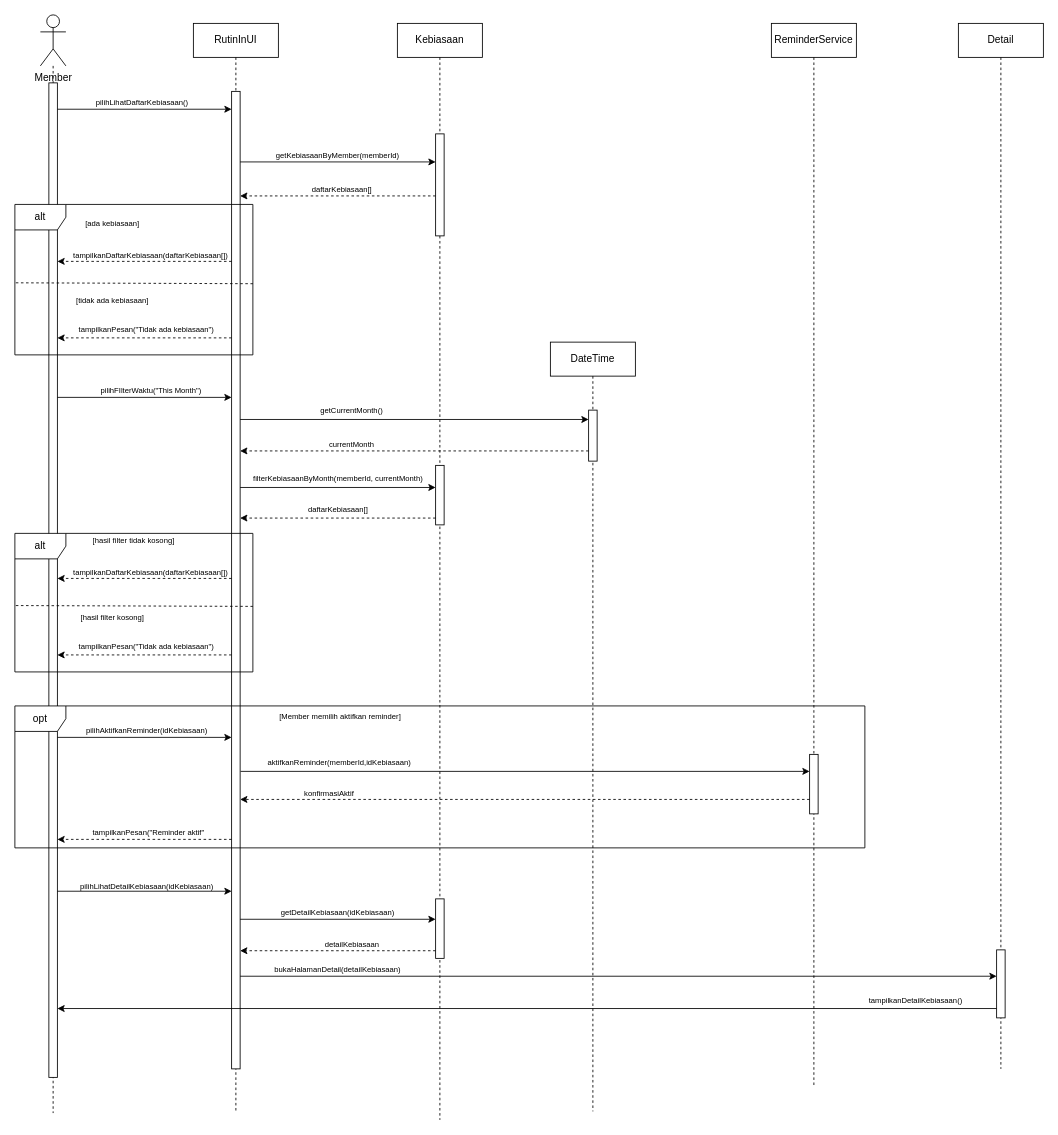
Before: page "Sequence Diagram" (1 of 2) of Diagram Tanpa Judul.drawio in anthef/anthef, a draw.io diagram. Source tidied: cells renumbered, new cells numbered last; positions are measured from the earlier drawing's top-left corner, leaving out a move shared by most shapes. Both pictures are drawn from the tidied source at 85%, with x=0, y=0 at pixel (14, 14).
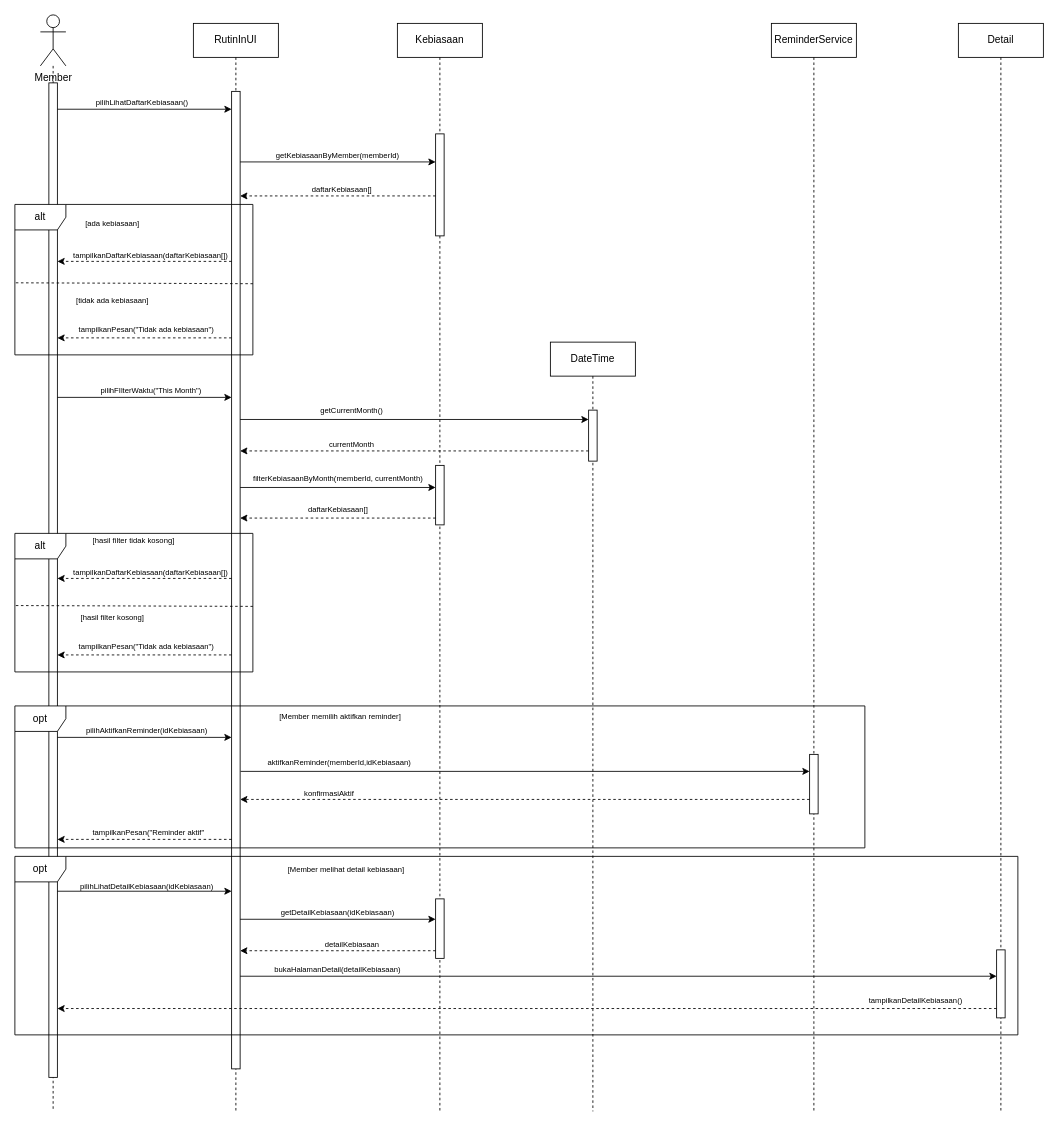
The same page after the edit.

The change refers to these unchanged cells:
```xml
<mxCell id="24" value="Member" style="shape=umlActor;verticalLabelPosition=bottom;verticalAlign=top;html=1;outlineConnect=0;" parent="1" vertex="1">
  <mxGeometry x="30" width="30" height="60" as="geometry" />
</mxCell>
```

Diff of the diagram source:
```diff
@@
     <mxCell id="2" style="edgeStyle=orthogonalEdgeStyle;rounded=0;jettySize=auto;html=1;dashed=1;endArrow=none;endFill=0;" parent="1" edge="1" source="24">
       <mxGeometry relative="1" as="geometry">
-        <mxPoint x="45" y="1292" as="targetPoint" />
+        <mxPoint x="45" y="1290" as="targetPoint" />
       </mxGeometry>
     </mxCell>
@@
     <mxCell id="6" value="Kebiasaan" style="shape=umlLifeline;perimeter=lifelinePerimeter;whiteSpace=wrap;html=1;newEdgeStyle={&quot;edgeStyle&quot;:&quot;elbowEdgeStyle&quot;,&quot;elbow&quot;:&quot;vertical&quot;,&quot;curved&quot;:0,&quot;rounded&quot;:0};" parent="1" vertex="1">
-      <mxGeometry x="450" y="10" width="100" height="1290" as="geometry" />
+      <mxGeometry x="450" y="10" width="100" height="1280" as="geometry" />
     </mxCell>
@@
     <mxCell id="12" value="ReminderService" style="shape=umlLifeline;perimeter=lifelinePerimeter;whiteSpace=wrap;html=1;newEdgeStyle={&quot;edgeStyle&quot;:&quot;elbowEdgeStyle&quot;,&quot;elbow&quot;:&quot;vertical&quot;,&quot;curved&quot;:0,&quot;rounded&quot;:0};" parent="1" vertex="1">
-      <mxGeometry x="890" y="10" width="100" height="1250" as="geometry" />
+      <mxGeometry x="890" y="10" width="100" height="1280" as="geometry" />
     </mxCell>
@@
     <mxCell id="14" value="Detail" style="shape=umlLifeline;perimeter=lifelinePerimeter;whiteSpace=wrap;html=1;newEdgeStyle={&quot;edgeStyle&quot;:&quot;elbowEdgeStyle&quot;,&quot;elbow&quot;:&quot;vertical&quot;,&quot;curved&quot;:0,&quot;rounded&quot;:0};" parent="1" vertex="1">
-      <mxGeometry x="1110" y="10" width="100" height="1230" as="geometry" />
+      <mxGeometry x="1110" y="10" width="100" height="1280" as="geometry" />
     </mxCell>
@@
-    <mxCell id="67" style="endArrow=classic;html=1;rounded=0;" parent="1" edge="1">
+    <mxCell id="67" style="endArrow=classic;html=1;rounded=0;dashed=1;" parent="1" edge="1">
       <mxGeometry relative="1" as="geometry">
         <mxPoint x="1155" y="1169" as="sourcePoint" />
         <mxPoint x="50" y="1169" as="targetPoint" />
       </mxGeometry>
     </mxCell>
@@
+    <mxCell id="69" value="opt" style="shape=umlFrame;whiteSpace=wrap;html=1;" parent="1" vertex="1">
+      <mxGeometry y="990" width="1180" height="210" as="geometry" />
+    </mxCell>
+    <mxCell id="70" value="&lt;font style=&quot;font-size: 9px;&quot;&gt;[Member melihat detail kebiasaan]&lt;/font&gt;" style="text;html=1;whiteSpace=wrap;strokeColor=none;fillColor=none;align=center;verticalAlign=middle;rounded=0;" parent="1" vertex="1">
+      <mxGeometry x="280" y="990" width="220" height="30" as="geometry" />
+    </mxCell>
```
